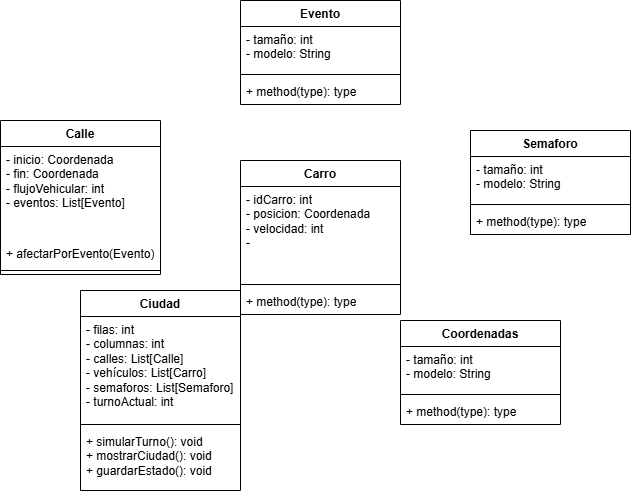
Above: Proyecto-desarrollo.png in juampa1907/Proyecto-final-desarrollo (draw.io), before the change. Source tidied: cells renumbered, new cells last; positions are measured from the earlier drawing's top-left corner, leaving out a move shared by most shapes.
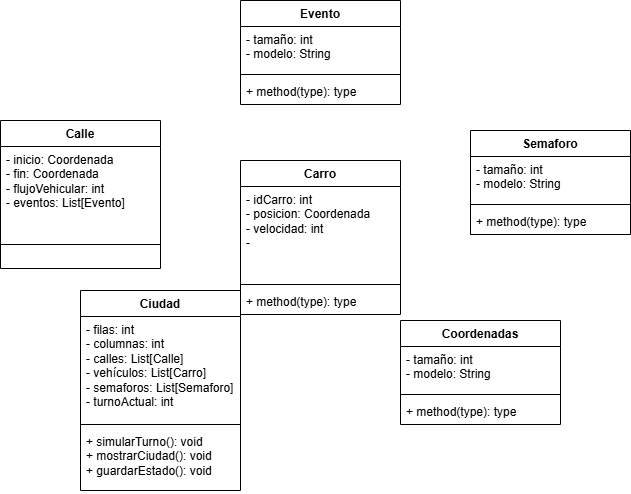
The same diagram one commit later.

The edit, as a diff of the source:
```diff
@@ -27,16 +27,13 @@
       <mxGeometry y="78" width="160" height="26" as="geometry" />
     </mxCell>
     <mxCell id="10" value="Calle" style="swimlane;fontStyle=1;align=center;verticalAlign=top;horizontal=1;startSize=26;whiteSpace=wrap;html=1;" parent="1" vertex="1">
-      <mxGeometry y="120" width="160" height="154" as="geometry" />
+      <mxGeometry y="120" width="160" height="148" as="geometry" />
     </mxCell>
     <mxCell id="11" value="&lt;div&gt;- inicio: Coordenada&lt;/div&gt;&lt;div&gt;- fin: Coordenada&lt;/div&gt;&lt;div&gt;- flujoVehicular: int&lt;/div&gt;&lt;div&gt;- eventos: List[Evento]&lt;/div&gt;" style="text;strokeColor=none;fillColor=none;align=left;verticalAlign=top;spacingLeft=4;spacingRight=4;overflow=hidden;whiteSpace=wrap;html=1;" parent="10" vertex="1">
-      <mxGeometry y="26" width="160" height="94" as="geometry" />
+      <mxGeometry y="26" width="160" height="74" as="geometry" />
     </mxCell>
-    <mxCell id="12" value="+ afectarPorEvento(Evento)" style="text;strokeColor=none;fillColor=none;align=left;verticalAlign=top;spacingLeft=4;spacingRight=4;overflow=hidden;whiteSpace=wrap;html=1;" parent="10" vertex="1">
-      <mxGeometry y="120" width="160" height="26" as="geometry" />
-    </mxCell>
     <mxCell id="13" style="line;strokeWidth=1;fillColor=none;align=left;verticalAlign=middle;spacingTop=-1;spacingLeft=3;spacingRight=3;labelPosition=right;strokeColor=inherit;" parent="10" vertex="1">
-      <mxGeometry y="146" width="160" height="8" as="geometry" />
+      <mxGeometry y="100" width="160" height="48" as="geometry" />
     </mxCell>
     <mxCell id="14" value="Coordenadas" style="swimlane;fontStyle=1;align=center;verticalAlign=top;horizontal=1;startSize=26;whiteSpace=wrap;html=1;" parent="1" vertex="1">
       <mxGeometry x="400" y="320" width="160" height="104" as="geometry" />
```
